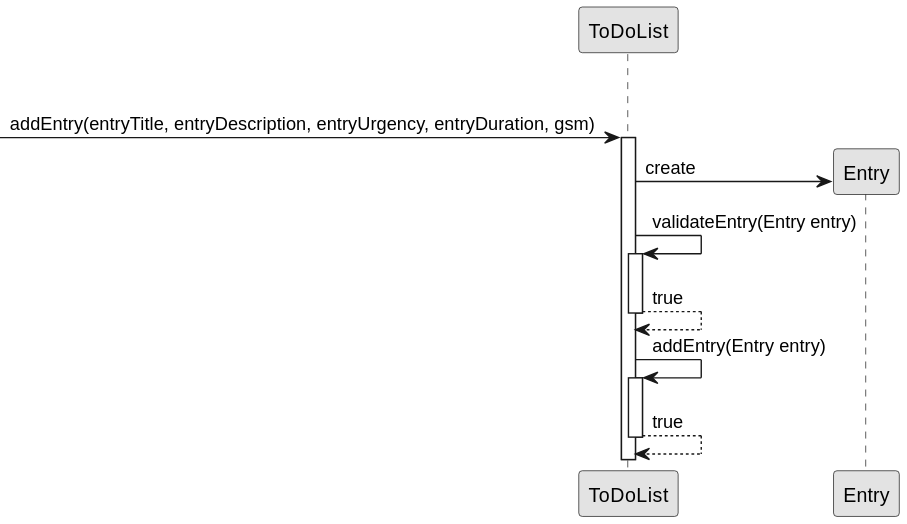
Before: docs/sprint3/us021/03.design/svg/us021-sequence-diagram-partial-add-entry.svg, a diagram exported from PlantUML (tiagosoa/lei-24-s2-1dgh-g073). Its diagram source:
```plantuml
@startuml
skinparam monochrome true
skinparam packageStyle rectangle
skinparam shadowing false


participant "ToDoList" as TDL
participant "Entry" as ENTRADA


    group Add Entry

            -> TDL: addEntry(entryTitle, entryDescription, entryUrgency, entryDuration, gsm)
            activate TDL

                TDL -> ENTRADA**: create

                TDL -> TDL: validateEntry(Entry entry)
                activate TDL

                TDL --> TDL: true
                deactivate TDL

                TDL -> TDL: addEntry(Entry entry)
                                activate TDL

                                TDL --> TDL: true
                                deactivate TDL
@enduml
```
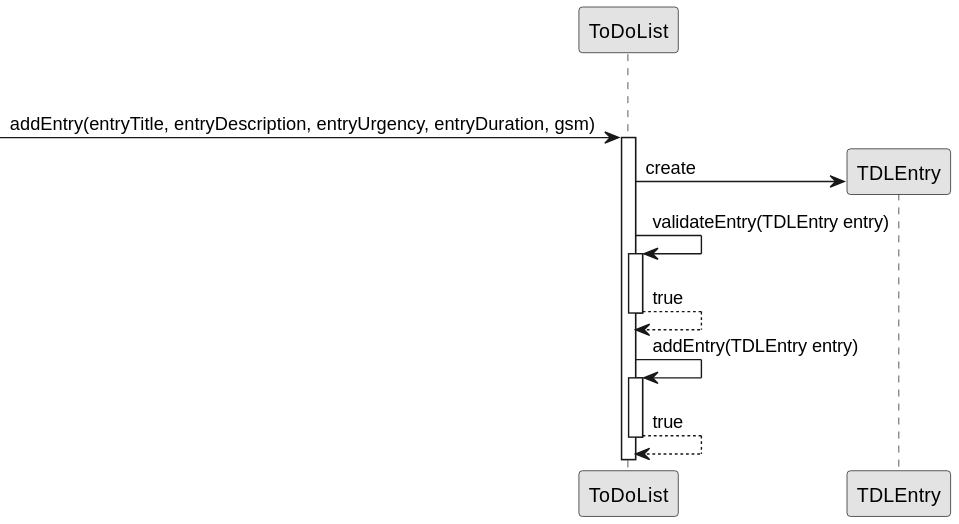
The same diagram one commit later.

What changed in the source:
```diff
@@ -5,7 +5,7 @@
 
 
 participant "ToDoList" as TDL
-participant "Entry" as ENTRADA
+participant "TDLEntry" as ENTRADA
 
 
     group Add Entry
@@ -15,13 +15,13 @@
 
                 TDL -> ENTRADA**: create
 
-                TDL -> TDL: validateEntry(Entry entry)
+                TDL -> TDL: validateEntry(TDLEntry entry)
                 activate TDL
 
                 TDL --> TDL: true
                 deactivate TDL
 
-                TDL -> TDL: addEntry(Entry entry)
+                TDL -> TDL: addEntry(TDLEntry entry)
                                 activate TDL
 
                                 TDL --> TDL: true
```
